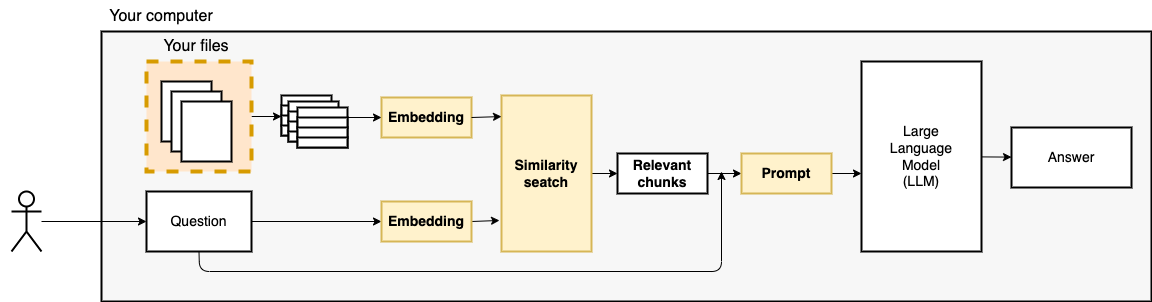
fau-masters-collected-works-cgarbin/gpt-all-local keeps this draw.io diagram as pics/solution-part2-similarity search-no letters.drawio.png. Above is the earlier version. Source tidied: cells renumbered, new cells last; positions are measured from the earlier drawing's top-left corner, leaving out a move shared by most shapes.
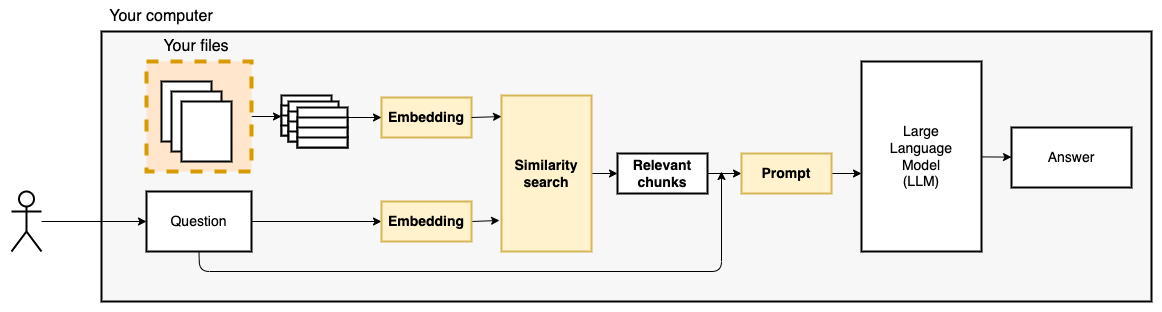
The same diagram one commit later.

Diff of the diagram source:
```diff
@@ -3,7 +3,7 @@
     <mxCell id="0" />
     <mxCell id="1" parent="0" />
     <mxCell id="2" style="rounded=0;whiteSpace=wrap;html=1;strokeWidth=2;fontSize=16;fillColor=#FFFFFF;strokeColor=none;" parent="1" vertex="1">
-      <mxGeometry width="600" height="290" as="geometry" />
+      <mxGeometry width="1160" height="310" as="geometry" />
     </mxCell>
     <mxCell id="3" style="rounded=0;whiteSpace=wrap;html=1;strokeWidth=2;fontSize=16;fillColor=#F7F7F7;" parent="1" vertex="1">
       <mxGeometry x="100" y="30" width="1050" height="270" as="geometry" />
@@ -106,7 +106,7 @@
     <mxCell id="34" style="edgeStyle=none;html=1;" parent="1" edge="1" source="35" target="37">
       <mxGeometry relative="1" as="geometry" />
     </mxCell>
-    <mxCell id="35" value="Similarity seatch" style="rounded=0;whiteSpace=wrap;html=1;fontSize=14;strokeWidth=2;fillColor=#fff2cc;strokeColor=#d6b656;fontStyle=1;" parent="1" vertex="1">
+    <mxCell id="35" value="Similarity search" style="rounded=0;whiteSpace=wrap;html=1;fontSize=14;strokeWidth=2;fillColor=#fff2cc;strokeColor=#d6b656;fontStyle=1;" parent="1" vertex="1">
       <mxGeometry x="500" y="94" width="90" height="156" as="geometry" />
     </mxCell>
     <mxCell id="36" style="edgeStyle=none;html=1;" parent="1" edge="1" source="37" target="39">
```
